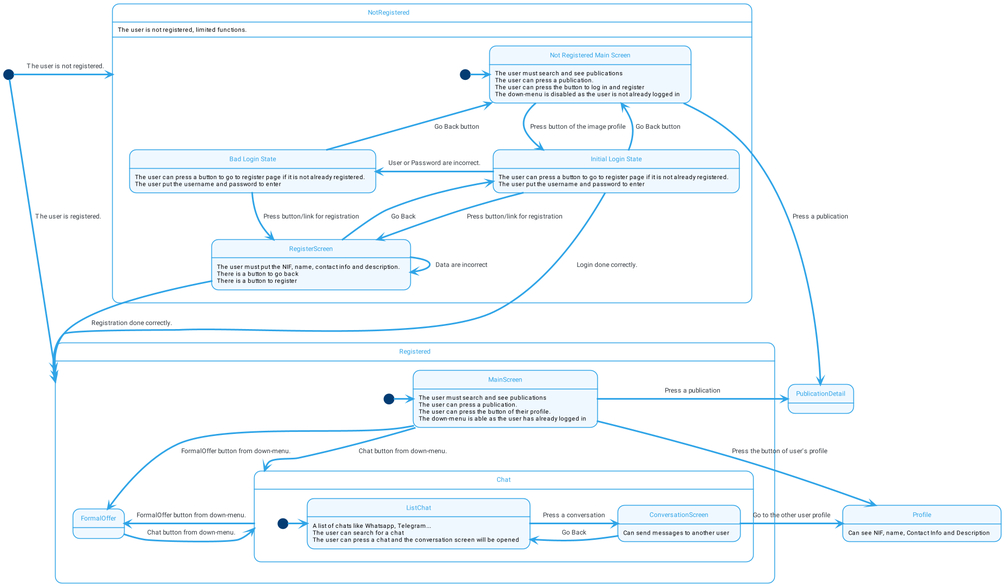
Before: 17-nov/img/stateapp.png, a diagram exported from PlantUML (commed-it/docs). Its diagram source:
```plantuml
@startuml stateapp
!include themes/puml-theme-cerulean-outline.puml

skinparam backgroundColor #FFFFFF
skinparam scale 100
skinparam dpi 100
skinparam state {
    AttributeFontColor Black
    BackgroundColor AliceBlue
}
[*] -right-> NotRegistered : The user is not registered.
[*] -right-> Registered : The user is registered.

state NotRegistered {
    NotRegistered : The user is not registered, limited functions.
    [*] -right-> initialNotRegistered
    state "Not Registered Main Screen" as initialNotRegistered
    state "Initial Login State" as login
    state "Bad Login State" as bad_login
    state RegisterScreen

    initialNotRegistered : The user must search and see publications
    initialNotRegistered : The user can press a publication.
    initialNotRegistered : The user can press the button to log in and register
    initialNotRegistered : The down-menu is disabled as the user is not already logged in

    initialNotRegistered --> login : Press button of the image profile
    login --> initialNotRegistered : Go Back button
    login: The user can press a button to go to register page if it is not already registered.
    login : The user put the username and password to enter

    login -> bad_login : User or Password are incorrect.
    bad_login -left-> initialNotRegistered : Go Back button
    bad_login: The user can press a button to go to register page if it is not already registered.
    bad_login : The user put the username and password to enter

    login -down-> RegisterScreen : Press button/link for registration
    bad_login -> RegisterScreen : Press button/link for registration
    RegisterScreen --> login : Go Back
    RegisterScreen -> RegisterScreen : Data are incorrect
    RegisterScreen : The user must put the NIF, name, contact info and description.
    RegisterScreen : There is a button to go back
    RegisterScreen : There is a button to register
}

RegisterScreen -down-> Registered : Registration done correctly.
login -down-> Registered : Login done correctly.

state Profile {

}

state Registered {
    state MainScreen
    [*] -right-> MainScreen
    MainScreen : The user must search and see publications
    MainScreen : The user can press a publication.
    MainScreen : The user can press the button of their profile.
    MainScreen : The down-menu is able as the user has already logged in

    MainScreen -down-> Profile : Press the button of user's profile
    Profile : Can see NIF, name, Contact Info and Description

    state Chat {

        [*] -> ListChat
        state ListChat {
            ListChat : A list of chats like Whatsapp, Telegram...
            ListChat : The user can search for a chat
            ListChat : The user can press a chat and the conversation screen will be opened
        }

        ListChat -right-> ConversationScreen : Press a conversation
        ConversationScreen -left-> ListChat : Go Back

        state ConversationScreen {
            ConversationScreen : Can send messages to another user
        }
    }

    MainScreen -down-> Chat : Chat button from down-menu.

    ConversationScreen -left-> Profile : Go to the other user profile

    state FormalOffer {

    }

    MainScreen -down-> FormalOffer : FormalOffer button from down-menu.
    Chat -left-> FormalOffer : FormalOffer button from down-menu.
    FormalOffer -right-> Chat : Chat button from down-menu.


}

state PublicationDetail {

}

initialNotRegistered -right-> PublicationDetail : Press a publication
MainScreen -right-> PublicationDetail : Press a publication

@enduml
```
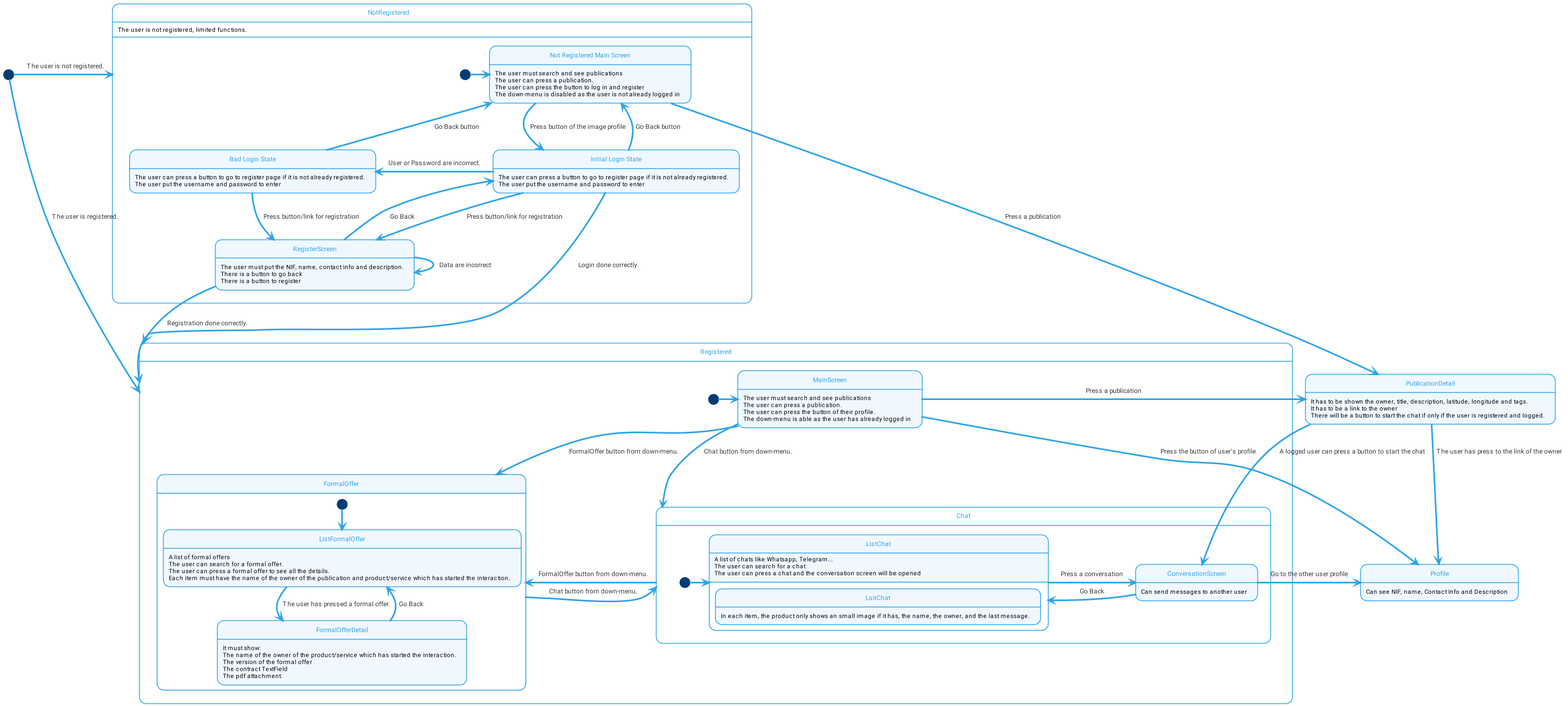
After the commit.

Commit message:
Added new states for state diagrams

The edit, as a diff of the source:
```diff
@@ -68,6 +68,7 @@
             ListChat : A list of chats like Whatsapp, Telegram...
             ListChat : The user can search for a chat
             ListChat : The user can press a chat and the conversation screen will be opened
+            LsitChat : In each item, the product only shows an small image if it has, the name, the owner, and the last message.
         }
 
         ListChat -right-> ConversationScreen : Press a conversation
@@ -83,7 +84,25 @@
     ConversationScreen -left-> Profile : Go to the other user profile
 
     state FormalOffer {
+        [*] --> ListFormalOffer
+        ListFormalOffer --> FormalOfferDetail : The user has pressed a formal offer.
 
+        state ListFormalOffer {
+            ListFormalOffer : A list of formal offers
+            ListFormalOffer : The user can search for a formal offer.
+            ListFormalOffer : The user can press a formal offer to see all the details.
+            ListFormalOffer : Each item must have the name of the owner of the publication and product/service which has started the interaction.
+        }
+
+        state FormalOfferDetail {
+            FormalOfferDetail : It must show:
+            FormalOfferDetail : The name of the owner of the product/service which has started the interaction.
+            FormalOfferDetail : The version of the formal offer
+            FormalOfferDetail : The contract TextField
+            FormalOfferDetail : The pdf attachment.
+        }
+
+        FormalOfferDetail --> ListFormalOffer : Go Back
     }
 
     MainScreen -down-> FormalOffer : FormalOffer button from down-menu.
@@ -94,8 +113,13 @@
 }
 
 state PublicationDetail {
+    PublicationDetail : It has to be shown the owner, title, description, latitude, longitude and tags.
+    PublicationDetail : It has to be a link to the owner
+    PublicationDetail : There will be a button to start the chat if only if the user is registered and logged.
+}
 
-}
+PublicationDetail --> Profile : The user has press to the link of the owner
+PublicationDetail --> ConversationScreen : A logged user can press a button to start the chat
 
 initialNotRegistered -right-> PublicationDetail : Press a publication
 MainScreen -right-> PublicationDetail : Press a publication
```
